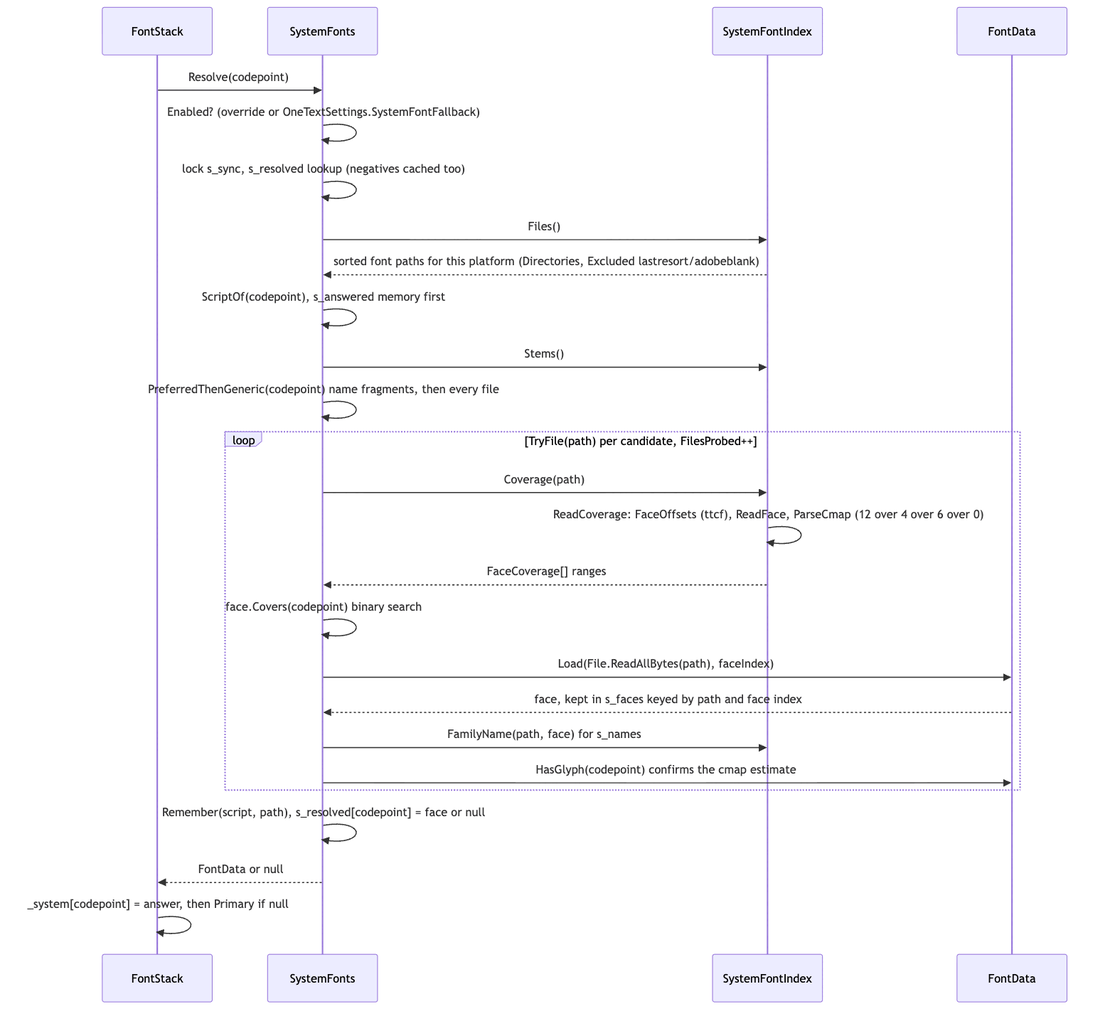
Before: Documentation~/Runtime/Core/Fonts/diagrams/system-font-probe.png, a diagram exported from Mermaid (CodeOneLabs/OneText). Its source is kept beside it as Documentation~/Runtime/Core/Fonts/diagrams/system-font-probe.mmd.
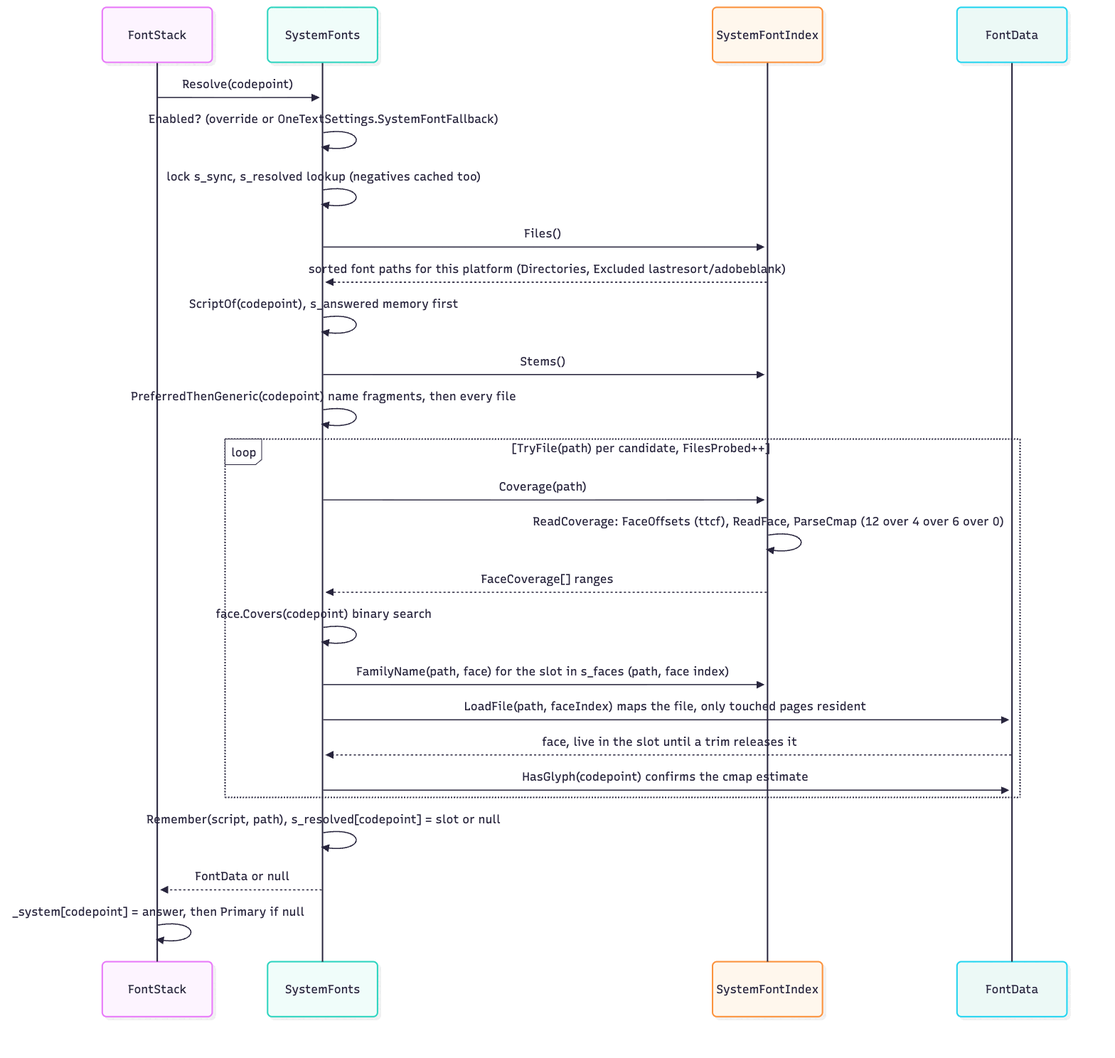
After the change.

Commit message:
Changelog and module doc: mapped faces, system faces in the trim, font files

The edit, as a diff of the source:
```diff
@@ -16,11 +16,11 @@
         IX->>IX: ReadCoverage: FaceOffsets (ttcf), ReadFace, ParseCmap (12 over 4 over 6 over 0)
         IX-->>SF: FaceCoverage[] ranges
         SF->>SF: face.Covers(codepoint) binary search
-        SF->>FD: Load(File.ReadAllBytes(path), faceIndex)
-        FD-->>SF: face, kept in s_faces keyed by path and face index
-        SF->>IX: FamilyName(path, face) for s_names
+        SF->>IX: FamilyName(path, face) for the slot in s_faces (path, face index)
+        SF->>FD: LoadFile(path, faceIndex) maps the file, only touched pages resident
+        FD-->>SF: face, live in the slot until a trim releases it
         SF->>FD: HasGlyph(codepoint) confirms the cmap estimate
     end
-    SF->>SF: Remember(script, path), s_resolved[codepoint] = face or null
+    SF->>SF: Remember(script, path), s_resolved[codepoint] = slot or null
     SF-->>S: FontData or null
     S->>S: _system[codepoint] = answer, then Primary if null
```
